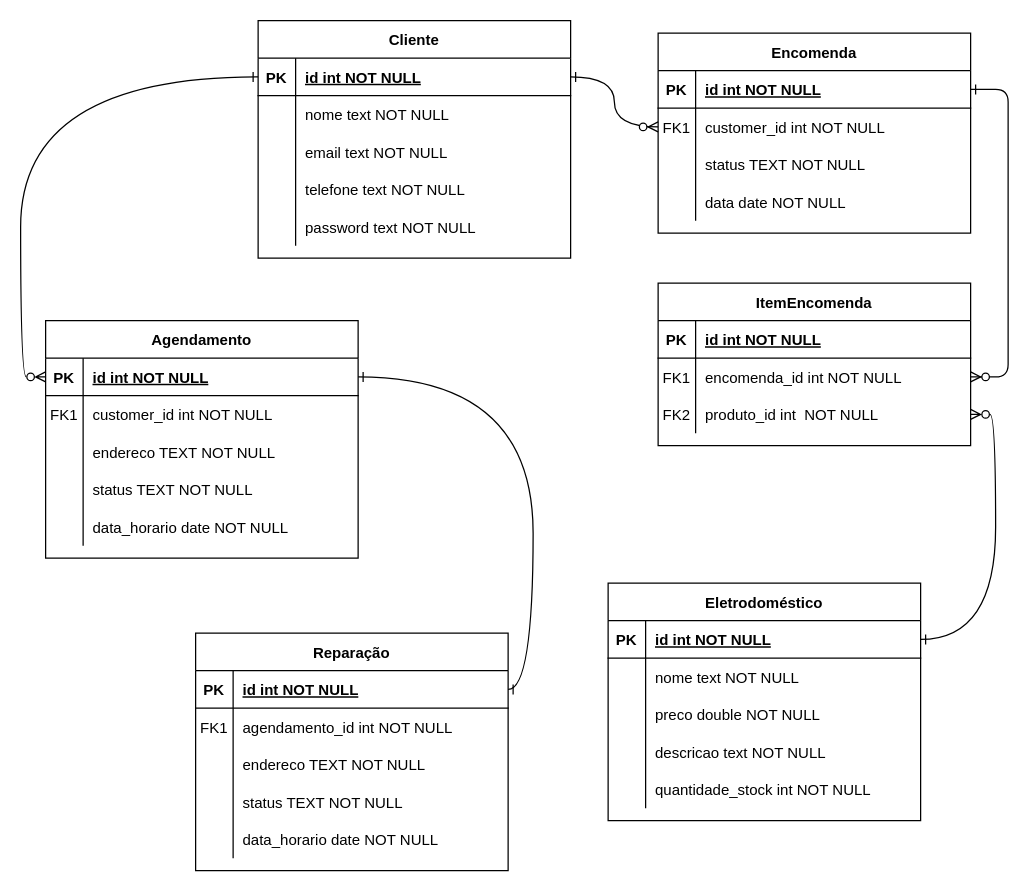
Earlier version of the draw.io diagram docs/ModeloER/entidaderelacao.drawio (tskxz/ElectroFix). Source tidied: cells renumbered, new cells numbered last; positions are measured from the earlier drawing's top-left corner, leaving out a move shared by most shapes. Both pictures are drawn from the tidied source at 125%, with x=0, y=0 at pixel (45, 20).
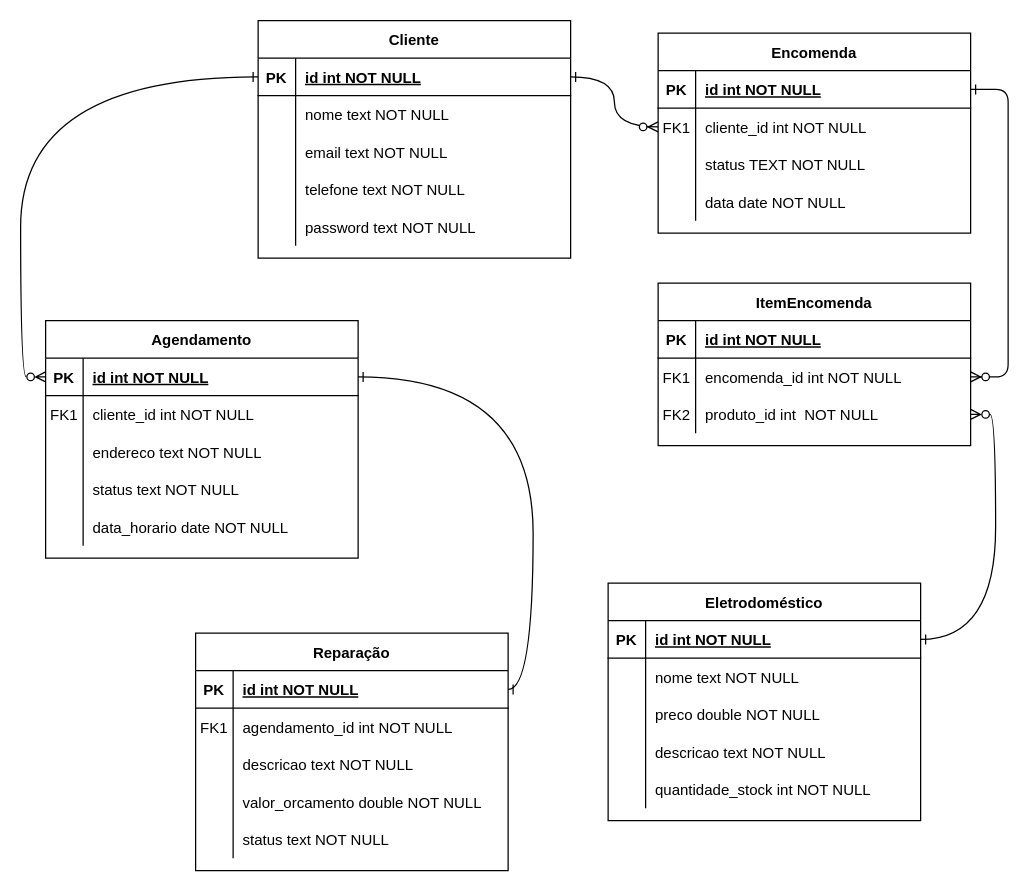
The same page after the edit.

The change refers to these unchanged cells:
```xml
<mxCell id="8" style="shape=partialRectangle;fillColor=none;points=[[0,0.5],[1,0.5]];portConstraint=eastwest;top=0;left=0;right=0;bottom=0;" parent="4" vertex="1">
  <mxGeometry y="60" width="250" height="30" as="geometry" />
</mxCell>
<mxCell id="63" style="shape=partialRectangle;fillColor=none;top=0;left=0;right=0;bottom=0;" parent="59" vertex="1">
  <mxGeometry y="60" width="250" height="30" as="geometry" />
</mxCell>
<mxCell id="66" style="shape=partialRectangle;fillColor=none;top=0;left=0;right=0;bottom=0;" parent="59" vertex="1">
  <mxGeometry y="90" width="250" height="30" as="geometry" />
</mxCell>
<mxCell id="69" style="shape=partialRectangle;fillColor=none;top=0;left=0;right=0;bottom=0;" parent="59" vertex="1">
  <mxGeometry y="120" width="250" height="30" as="geometry" />
</mxCell>
<mxCell id="83" style="shape=partialRectangle;fillColor=none;top=0;left=0;right=0;bottom=0;" parent="76" vertex="1">
  <mxGeometry y="90" width="250" height="30" as="geometry" />
</mxCell>
<mxCell id="86" style="shape=partialRectangle;fillColor=none;top=0;left=0;right=0;bottom=0;" parent="76" vertex="1">
  <mxGeometry y="120" width="250" height="30" as="geometry" />
</mxCell>
<mxCell id="89" style="shape=partialRectangle;fillColor=none;top=0;left=0;right=0;bottom=0;" parent="76" vertex="1">
  <mxGeometry y="150" width="250" height="30" as="geometry" />
</mxCell>
```

Diff of the diagram source:
```diff
@@
-    <mxCell id="10" value="customer_id int NOT NULL" style="shape=partialRectangle;overflow=hidden;fillColor=none;top=0;left=0;bottom=0;right=0;align=left;spacingLeft=6;" parent="8" vertex="1">
+    <mxCell id="10" value="cliente_id int NOT NULL" style="shape=partialRectangle;overflow=hidden;fillColor=none;top=0;left=0;bottom=0;right=0;align=left;spacingLeft=6;" parent="8" vertex="1">
       <mxGeometry x="30" width="220" height="30" as="geometry" />
     </mxCell>
@@
-    <mxCell id="65" value="customer_id int NOT NULL" style="shape=partialRectangle;overflow=hidden;fillColor=none;top=0;left=0;bottom=0;right=0;align=left;spacingLeft=6;" parent="63" vertex="1">
+    <mxCell id="65" value="cliente_id int NOT NULL" style="shape=partialRectangle;overflow=hidden;fillColor=none;top=0;left=0;bottom=0;right=0;align=left;spacingLeft=6;" parent="63" vertex="1">
       <mxGeometry x="30" width="220" height="30" as="geometry" />
     </mxCell>
@@
-    <mxCell id="68" value="endereco TEXT NOT NULL" style="shape=partialRectangle;overflow=hidden;fillColor=none;top=0;left=0;bottom=0;right=0;align=left;spacingLeft=6;" parent="66" vertex="1">
+    <mxCell id="68" value="endereco text NOT NULL" style="shape=partialRectangle;overflow=hidden;fillColor=none;top=0;left=0;bottom=0;right=0;align=left;spacingLeft=6;" parent="66" vertex="1">
       <mxGeometry x="30" width="220" height="30" as="geometry" />
     </mxCell>
@@
-    <mxCell id="71" value="status TEXT NOT NULL" style="shape=partialRectangle;overflow=hidden;fillColor=none;top=0;left=0;bottom=0;right=0;align=left;spacingLeft=6;" parent="69" vertex="1">
+    <mxCell id="71" value="status text NOT NULL" style="shape=partialRectangle;overflow=hidden;fillColor=none;top=0;left=0;bottom=0;right=0;align=left;spacingLeft=6;" parent="69" vertex="1">
       <mxGeometry x="30" width="220" height="30" as="geometry" />
     </mxCell>
@@
-    <mxCell id="85" value="endereco TEXT NOT NULL" style="shape=partialRectangle;overflow=hidden;fillColor=none;top=0;left=0;bottom=0;right=0;align=left;spacingLeft=6;" parent="83" vertex="1">
+    <mxCell id="85" value="descricao text NOT NULL" style="shape=partialRectangle;overflow=hidden;fillColor=none;top=0;left=0;bottom=0;right=0;align=left;spacingLeft=6;" parent="83" vertex="1">
       <mxGeometry x="30" width="220" height="30" as="geometry" />
     </mxCell>
@@
-    <mxCell id="88" value="status TEXT NOT NULL" style="shape=partialRectangle;overflow=hidden;fillColor=none;top=0;left=0;bottom=0;right=0;align=left;spacingLeft=6;" parent="86" vertex="1">
+    <mxCell id="88" value="valor_orcamento double NOT NULL" style="shape=partialRectangle;overflow=hidden;fillColor=none;top=0;left=0;bottom=0;right=0;align=left;spacingLeft=6;" parent="86" vertex="1">
       <mxGeometry x="30" width="220" height="30" as="geometry" />
     </mxCell>
@@
-    <mxCell id="91" value="data_horario date NOT NULL" style="shape=partialRectangle;overflow=hidden;fillColor=none;top=0;left=0;bottom=0;right=0;align=left;spacingLeft=6;" parent="89" vertex="1">
+    <mxCell id="91" value="status text NOT NULL" style="shape=partialRectangle;overflow=hidden;fillColor=none;top=0;left=0;bottom=0;right=0;align=left;spacingLeft=6;" parent="89" vertex="1">
       <mxGeometry x="30" width="220" height="30" as="geometry" />
     </mxCell>
```
